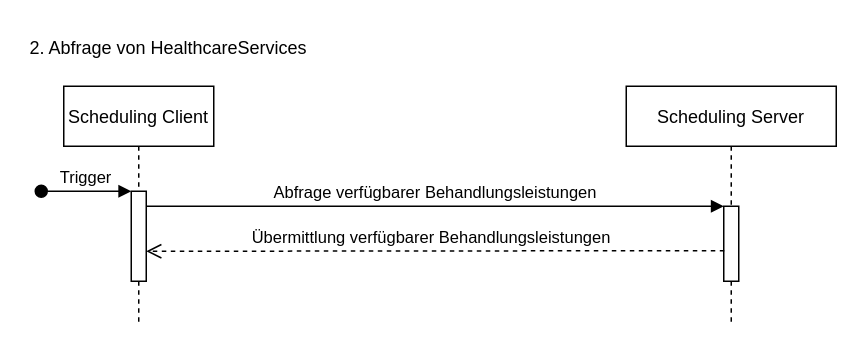
The draw.io diagram r5-TC-FHIR-AG-Scheduling-R5-main/interactions/find-healthcareServices.drawio in HL7Austria/hl7austria.github.io, before the edit. Source tidied: cells renumbered, new cells numbered last; positions are measured from the earlier drawing's top-left corner, leaving out a move shared by most shapes. Both pictures are drawn from the tidied source at 150%, with x=0, y=0 at pixel (26, 26).
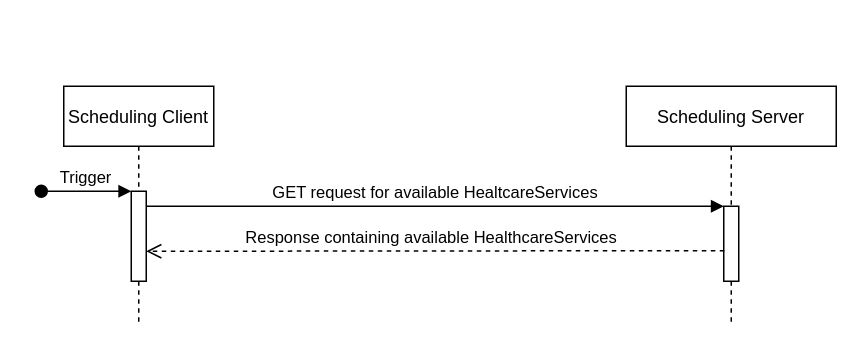
Above is the later version.

What changed in the source:
```diff
@@
 <mxGraphModel>
   <root>
     <mxCell id="0" />
     <mxCell id="1" parent="0" />
     <mxCell id="2" value="Scheduling Server" style="shape=umlLifeline;perimeter=lifelinePerimeter;rounded=0;shadow=0;strokeWidth=1;" parent="1" vertex="1">
       <mxGeometry x="400" y="40" width="140" height="160" as="geometry" />
     </mxCell>
     <mxCell id="3" style="points=[];perimeter=orthogonalPerimeter;rounded=0;shadow=0;strokeWidth=1;" parent="2" vertex="1">
       <mxGeometry x="65" y="80" width="10" height="50" as="geometry" />
     </mxCell>
-    <mxCell id="4" value="2. Abfrage von&amp;nbsp;HealthcareServices" style="text;html=1;strokeColor=none;fillColor=none;align=center;verticalAlign=middle;whiteSpace=wrap;rounded=0;" parent="1" vertex="1">
-      <mxGeometry width="190" height="30" as="geometry" />
-    </mxCell>
     <mxCell id="5" value="Scheduling Client" style="shape=umlLifeline;perimeter=lifelinePerimeter;rounded=0;shadow=0;strokeWidth=1;" parent="1" vertex="1">
       <mxGeometry x="25" y="40" width="100" height="160" as="geometry" />
     </mxCell>
     <mxCell id="6" style="points=[];perimeter=orthogonalPerimeter;rounded=0;shadow=0;strokeWidth=1;" parent="5" vertex="1">
       <mxGeometry x="45" y="70" width="10" height="60" as="geometry" />
     </mxCell>
     <mxCell id="7" value="Trigger" style="verticalAlign=bottom;startArrow=oval;endArrow=block;startSize=8;shadow=0;strokeWidth=1;" parent="5" edge="1" target="6">
       <mxGeometry relative="1" as="geometry">
         <mxPoint x="-15" y="70" as="sourcePoint" />
       </mxGeometry>
     </mxCell>
-    <mxCell id="8" value="Abfrage verfügbarer Behandlungsleistungen" style="verticalAlign=bottom;endArrow=block;entryX=0;entryY=0;shadow=0;strokeWidth=1;" parent="1" edge="1" source="6" target="3">
+    <mxCell id="8" value="GET request for available HealtcareServices" style="verticalAlign=bottom;endArrow=block;entryX=0;entryY=0;shadow=0;strokeWidth=1;" parent="1" edge="1" source="6" target="3">
       <mxGeometry relative="1" as="geometry" />
     </mxCell>
-    <mxCell id="9" value="Übermittlung verfügbarer Behandlungsleistungen" style="verticalAlign=bottom;endArrow=open;dashed=1;endSize=8;exitX=0.036;exitY=0.592;shadow=0;strokeWidth=1;entryX=1;entryY=0.667;entryDx=0;entryDy=0;entryPerimeter=0;exitDx=0;exitDy=0;exitPerimeter=0;" parent="1" edge="1" source="3" target="6">
+    <mxCell id="9" value="Response containing available HealthcareServices" style="verticalAlign=bottom;endArrow=open;dashed=1;endSize=8;exitX=0.036;exitY=0.592;shadow=0;strokeWidth=1;entryX=1;entryY=0.667;entryDx=0;entryDy=0;entryPerimeter=0;exitDx=0;exitDy=0;exitPerimeter=0;" parent="1" edge="1" source="3" target="6">
       <mxGeometry x="0.01" relative="1" as="geometry" />
     </mxCell>
   </root>
 </mxGraphModel>
```
